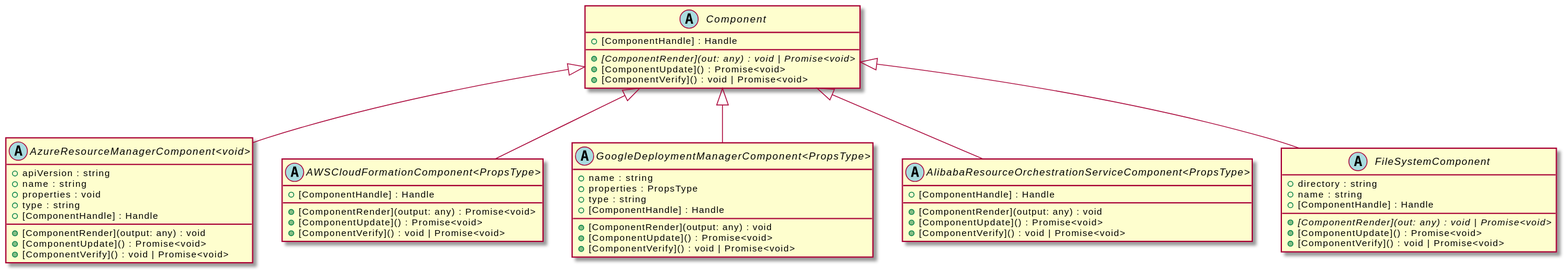
The PlantUML diagram assets/Component-umlClassDiagram-154.svg in zorse-lang/adk, before a commit. Source of this version:
```plantuml
@startuml
skinparam BackgroundColor transparent
hide empty methods
hide empty fields
abstract class "Component" {
    +[ComponentHandle] : Handle
    {abstract} +[ComponentRender](out: any) : void | Promise<void>
    +[ComponentUpdate]() : Promise<void>
    +[ComponentVerify]() : void | Promise<void>
}
abstract class "AzureResourceManagerComponent<void>" {
    +apiVersion : string
    +name : string
    +properties : void
    +type : string
    +[ComponentHandle] : Handle
    +[ComponentRender](output: any) : void
    +[ComponentUpdate]() : Promise<void>
    +[ComponentVerify]() : void | Promise<void>
}
"Component" <|-- "AzureResourceManagerComponent<void>"
abstract class "AWSCloudFormationComponent<PropsType>" {
    +[ComponentHandle] : Handle
    +[ComponentRender](output: any) : Promise<void>
    +[ComponentUpdate]() : Promise<void>
    +[ComponentVerify]() : void | Promise<void>
}
"Component" <|-- "AWSCloudFormationComponent<PropsType>"
abstract class "GoogleDeploymentManagerComponent<PropsType>" {
    +name : string
    +properties : PropsType
    +type : string
    +[ComponentHandle] : Handle
    +[ComponentRender](output: any) : void
    +[ComponentUpdate]() : Promise<void>
    +[ComponentVerify]() : void | Promise<void>
}
"Component" <|-- "GoogleDeploymentManagerComponent<PropsType>"
abstract class "AlibabaResourceOrchestrationServiceComponent<PropsType>" {
    +[ComponentHandle] : Handle
    +[ComponentRender](output: any) : void
    +[ComponentUpdate]() : Promise<void>
    +[ComponentVerify]() : void | Promise<void>
}
"Component" <|-- "AlibabaResourceOrchestrationServiceComponent<PropsType>"
abstract class "FileSystemComponent" {
    +directory : string
    +name : string
    +[ComponentHandle] : Handle
    {abstract} +[ComponentRender](out: any) : void | Promise<void>
    +[ComponentUpdate]() : Promise<void>
    +[ComponentVerify]() : void | Promise<void>
}
"Component" <|-- "FileSystemComponent"
@enduml
```
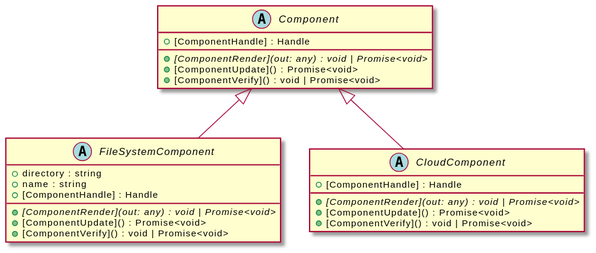
The same diagram one commit later.

Change to the diagram source:
```diff
@@ -8,41 +8,6 @@
     +[ComponentUpdate]() : Promise<void>
     +[ComponentVerify]() : void | Promise<void>
 }
-abstract class "AzureResourceManagerComponent<void>" {
-    +apiVersion : string
-    +name : string
-    +properties : void
-    +type : string
-    +[ComponentHandle] : Handle
-    +[ComponentRender](output: any) : void
-    +[ComponentUpdate]() : Promise<void>
-    +[ComponentVerify]() : void | Promise<void>
-}
-"Component" <|-- "AzureResourceManagerComponent<void>"
-abstract class "AWSCloudFormationComponent<PropsType>" {
-    +[ComponentHandle] : Handle
-    +[ComponentRender](output: any) : Promise<void>
-    +[ComponentUpdate]() : Promise<void>
-    +[ComponentVerify]() : void | Promise<void>
-}
-"Component" <|-- "AWSCloudFormationComponent<PropsType>"
-abstract class "GoogleDeploymentManagerComponent<PropsType>" {
-    +name : string
-    +properties : PropsType
-    +type : string
-    +[ComponentHandle] : Handle
-    +[ComponentRender](output: any) : void
-    +[ComponentUpdate]() : Promise<void>
-    +[ComponentVerify]() : void | Promise<void>
-}
-"Component" <|-- "GoogleDeploymentManagerComponent<PropsType>"
-abstract class "AlibabaResourceOrchestrationServiceComponent<PropsType>" {
-    +[ComponentHandle] : Handle
-    +[ComponentRender](output: any) : void
-    +[ComponentUpdate]() : Promise<void>
-    +[ComponentVerify]() : void | Promise<void>
-}
-"Component" <|-- "AlibabaResourceOrchestrationServiceComponent<PropsType>"
 abstract class "FileSystemComponent" {
     +directory : string
     +name : string
@@ -52,4 +17,11 @@
     +[ComponentVerify]() : void | Promise<void>
 }
 "Component" <|-- "FileSystemComponent"
+abstract class "CloudComponent" {
+    +[ComponentHandle] : Handle
+    {abstract} +[ComponentRender](out: any) : void | Promise<void>
+    +[ComponentUpdate]() : Promise<void>
+    +[ComponentVerify]() : void | Promise<void>
+}
+"Component" <|-- "CloudComponent"
 @enduml
```
